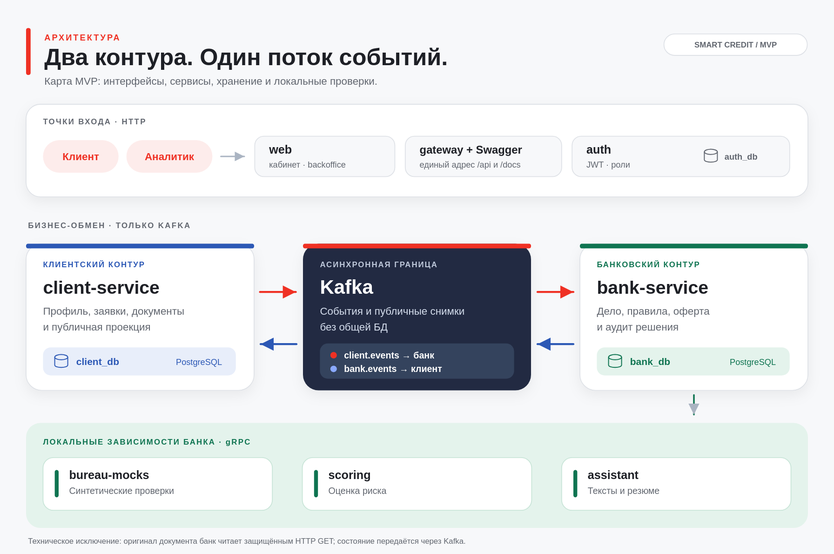
Before: docs/diagrams/architecture.svg, a diagram exported from PlantUML (kry4onok/smart-credit). Its source is kept beside it as docs/diagrams/architecture.puml. Source of this version:
```plantuml
@startuml architecture
!theme plain
left to right direction
skinparam backgroundColor #FFFFFF
skinparam shadowing false
skinparam defaultFontName Arial
skinparam defaultFontSize 18
skinparam defaultFontColor #17233B
skinparam ArrowColor #416791
skinparam ArrowThickness 2
skinparam roundCorner 16
skinparam componentStyle rectangle
skinparam componentBorderColor #B8CBE6
skinparam componentBackgroundColor #EDF4FF
skinparam queueBorderColor #C48A23
skinparam queueBackgroundColor #FFF2D9
hide stereotype
title Smart Credit — карта сервисов MVP

actor "Клиент" as customer
actor "Аналитик" as analyst

component "<b>Вход и доступ</b>\nweb · gateway / Swagger\nauth · auth_db" as entry #E8F0FF
component "<b>Клиентский контур</b>\nclient-service\nclient_db" as client #E8F0FF
queue "<b>Kafka</b>\nclient.events\nbank.events" as kafka #FFF2D9
component "<b>Банковский контур</b>\nbank-service\nbank_db" as bank #E8F0FF
component "<b>Локальные проверки</b>\nbureau-mocks\nscoring · assistant" as deps #E3F7F2

customer --> entry
analyst --> entry
entry --> client : HTTP API
client <--> kafka : события
kafka <--> bank : события
bank --> deps : gRPC

legend bottom
  <b>HTTP:</b> web и gateway маршрутизируют запросы к auth, client-service и bank-service.
  <b>БД:</b> auth_db, client_db и bank_db — отдельные базы в одном PostgreSQL.
  <b>Граница:</b> состояние client ↔ bank передаётся через Kafka; оригинал вложения банк читает по защищённому HTTP GET.
endlegend
@enduml
```
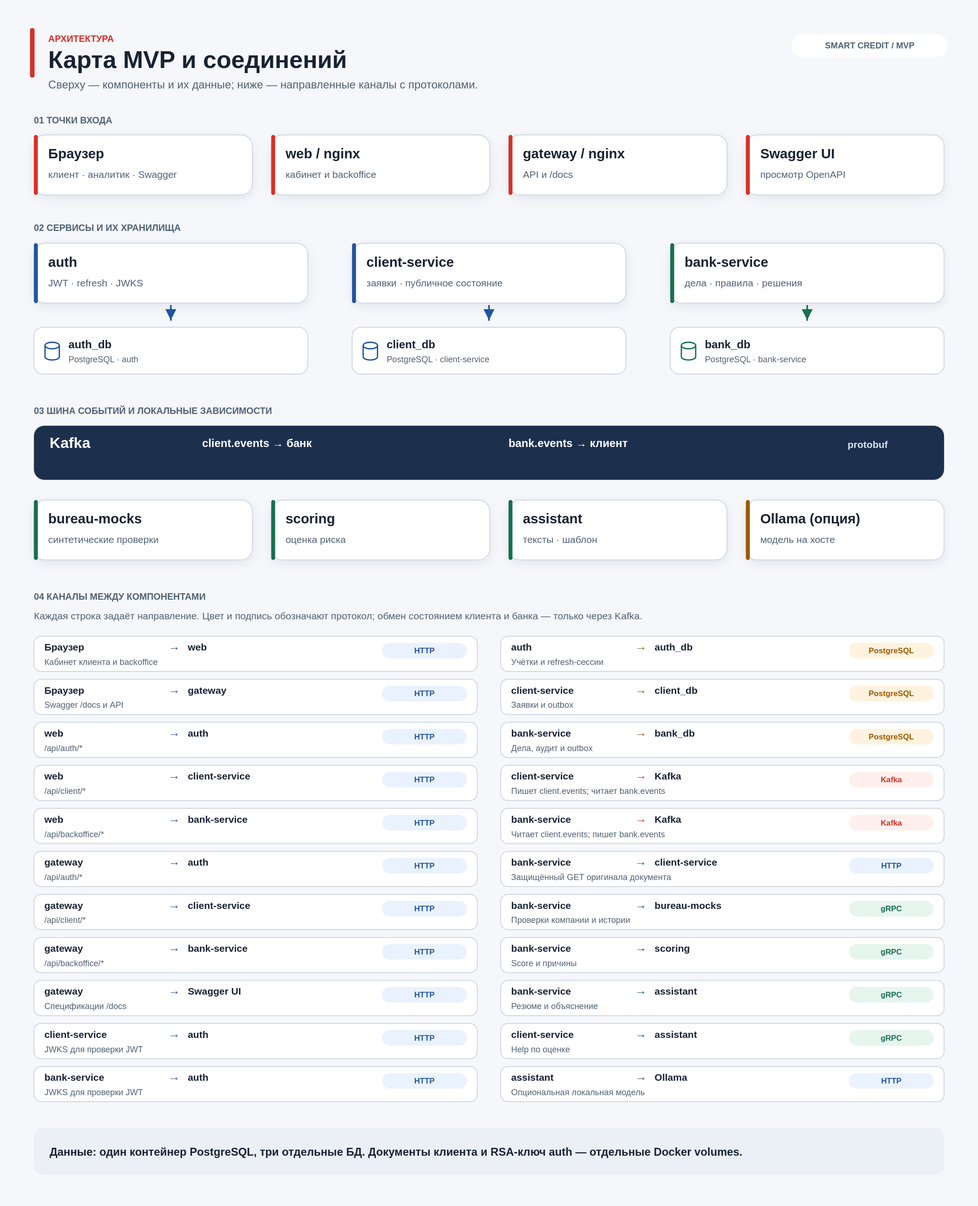
Later version of the same file.

Change to the diagram source:
```diff
@@ -4,38 +4,59 @@
 skinparam backgroundColor #FFFFFF
 skinparam shadowing false
 skinparam defaultFontName Arial
-skinparam defaultFontSize 18
-skinparam defaultFontColor #17233B
-skinparam ArrowColor #416791
-skinparam ArrowThickness 2
-skinparam roundCorner 16
+skinparam defaultFontSize 15
 skinparam componentStyle rectangle
-skinparam componentBorderColor #B8CBE6
-skinparam componentBackgroundColor #EDF4FF
-skinparam queueBorderColor #C48A23
-skinparam queueBackgroundColor #FFF2D9
+skinparam componentBackgroundColor #EAF2FF
+skinparam componentBorderColor #2055A2
+skinparam databaseBackgroundColor #FFFFFF
+skinparam queueBackgroundColor #FFF0EE
+skinparam ArrowColor #506174
 hide stereotype
-title Smart Credit — карта сервисов MVP
+title Smart Credit — сервисы и протоколы MVP
 
-actor "Клиент" as customer
-actor "Аналитик" as analyst
+actor "Браузер" as browser
+component "web / nginx" as web
+component "gateway / nginx" as gateway
+component "Swagger UI" as swagger
+component "auth" as auth
+component "client-service" as client
+component "bank-service" as bank
+queue "Kafka\nclient.events / bank.events" as kafka
+database "auth_db" as authdb
+database "client_db" as clientdb
+database "bank_db" as bankdb
+component "bureau-mocks" as bureau
+component "scoring" as scoring
+component "assistant" as assistant
+component "Ollama (опция)" as ollama
 
-component "<b>Вход и доступ</b>\nweb · gateway / Swagger\nauth · auth_db" as entry #E8F0FF
-component "<b>Клиентский контур</b>\nclient-service\nclient_db" as client #E8F0FF
-queue "<b>Kafka</b>\nclient.events\nbank.events" as kafka #FFF2D9
-component "<b>Банковский контур</b>\nbank-service\nbank_db" as bank #E8F0FF
-component "<b>Локальные проверки</b>\nbureau-mocks\nscoring · assistant" as deps #E3F7F2
+browser --> web : HTTP
+browser --> gateway : HTTP
+web --> auth : HTTP /api/auth
+web --> client : HTTP /api/client
+web --> bank : HTTP /api/backoffice
+gateway --> auth : HTTP /api/auth
+gateway --> client : HTTP /api/client
+gateway --> bank : HTTP /api/backoffice
+gateway --> swagger : HTTP /docs
+client --> auth : HTTP JWKS
+bank --> auth : HTTP JWKS
+auth --> authdb : PostgreSQL
+client --> clientdb : PostgreSQL
+bank --> bankdb : PostgreSQL
+client --> kafka : Kafka client.events
+kafka --> bank : Kafka client.events
+bank --> kafka : Kafka bank.events
+kafka --> client : Kafka bank.events
+bank --> client : HTTP GET документа
+bank --> bureau : gRPC
+bank --> scoring : gRPC
+bank --> assistant : gRPC
+client --> assistant : gRPC Help
+assistant --> ollama : HTTP (опция)
 
-customer --> entry
-analyst --> entry
-entry --> client : HTTP API
-client <--> kafka : события
-kafka <--> bank : события
-bank --> deps : gRPC
-
-legend bottom
-  <b>HTTP:</b> web и gateway маршрутизируют запросы к auth, client-service и bank-service.
-  <b>БД:</b> auth_db, client_db и bank_db — отдельные базы в одном PostgreSQL.
-  <b>Граница:</b> состояние client ↔ bank передаётся через Kafka; оригинал вложения банк читает по защищённому HTTP GET.
-endlegend
+note bottom of kafka
+  Изменения бизнес-состояния client ↔ bank идут через Kafka.
+  Три БД разделены; оригиналы файлов и ключ auth — Docker volumes.
+end note
 @enduml
```
